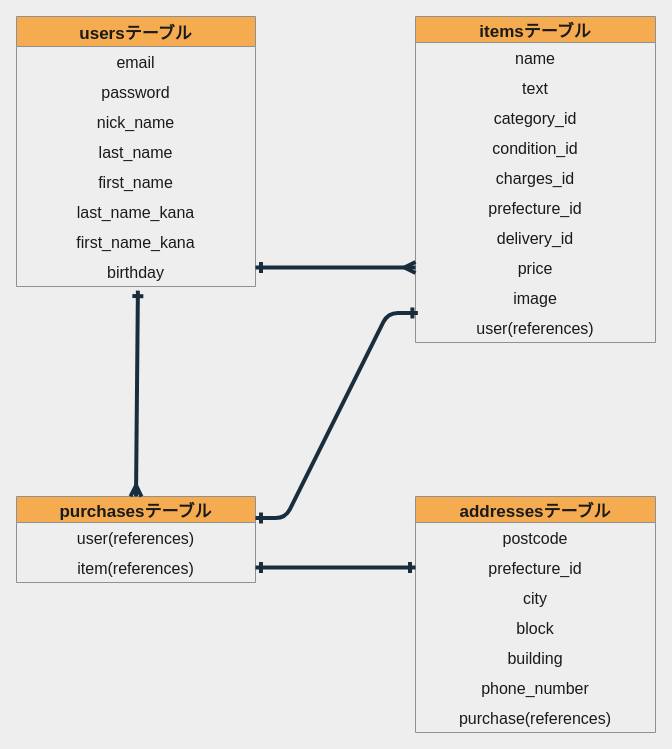
Earlier version of the draw.io diagram furima.dio (makurauo/furima-34831). Source tidied: cells renumbered, new cells numbered last; positions are measured from the earlier drawing's top-left corner, leaving out a move shared by most shapes. Both pictures are drawn from the tidied source at 100%, with x=0, y=0 at pixel (16, 16).
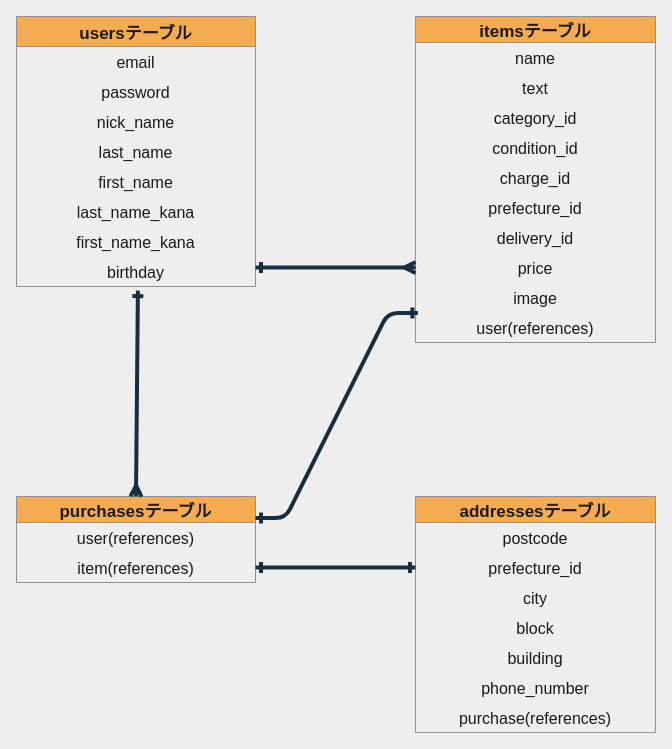
The same diagram, later.

The change refers to these unchanged cells:
```xml
<mxCell id="11" value="itemsテーブル" style="swimlane;fontStyle=1;horizontal=1;startSize=26;align=center;fontSize=17;fillColor=#F5AB50;strokeColor=#909090;fontColor=#1A1A1A;" parent="1" vertex="1">
  <mxGeometry x="399" width="240" height="326" as="geometry" />
</mxCell>
```

Change to the diagram source:
```diff
@@
-    <mxCell id="16" value="charges_id " style="text;strokeColor=none;fillColor=none;spacingLeft=4;spacingRight=4;overflow=hidden;fontSize=16;align=center;fontColor=#1A1A1A;" parent="11" vertex="1">
+    <mxCell id="16" value="charge_id " style="text;strokeColor=none;fillColor=none;spacingLeft=4;spacingRight=4;overflow=hidden;fontSize=16;align=center;fontColor=#1A1A1A;" parent="11" vertex="1">
       <mxGeometry y="146" width="240" height="30" as="geometry" />
     </mxCell>
```
